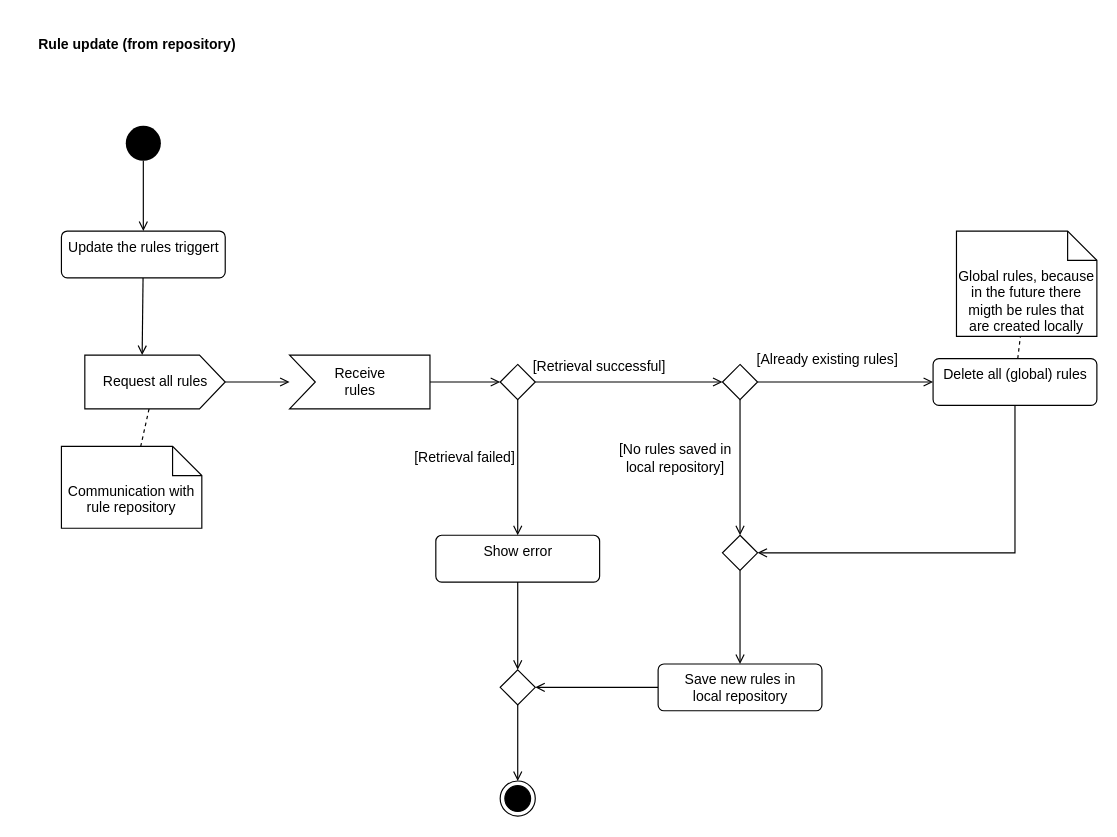
frozzenshooter/LoRaParkAppDocumentation keeps this draw.io diagram as ActivityDiagrams/ruleUpdate.drawio. Above is the earlier version. Source tidied: cells renumbered, new cells numbered last; positions are measured from the earlier drawing's top-left corner, leaving out a move shared by most shapes. Both pictures are drawn from the tidied source at 117%, with x=0, y=0 at pixel (20, 20).
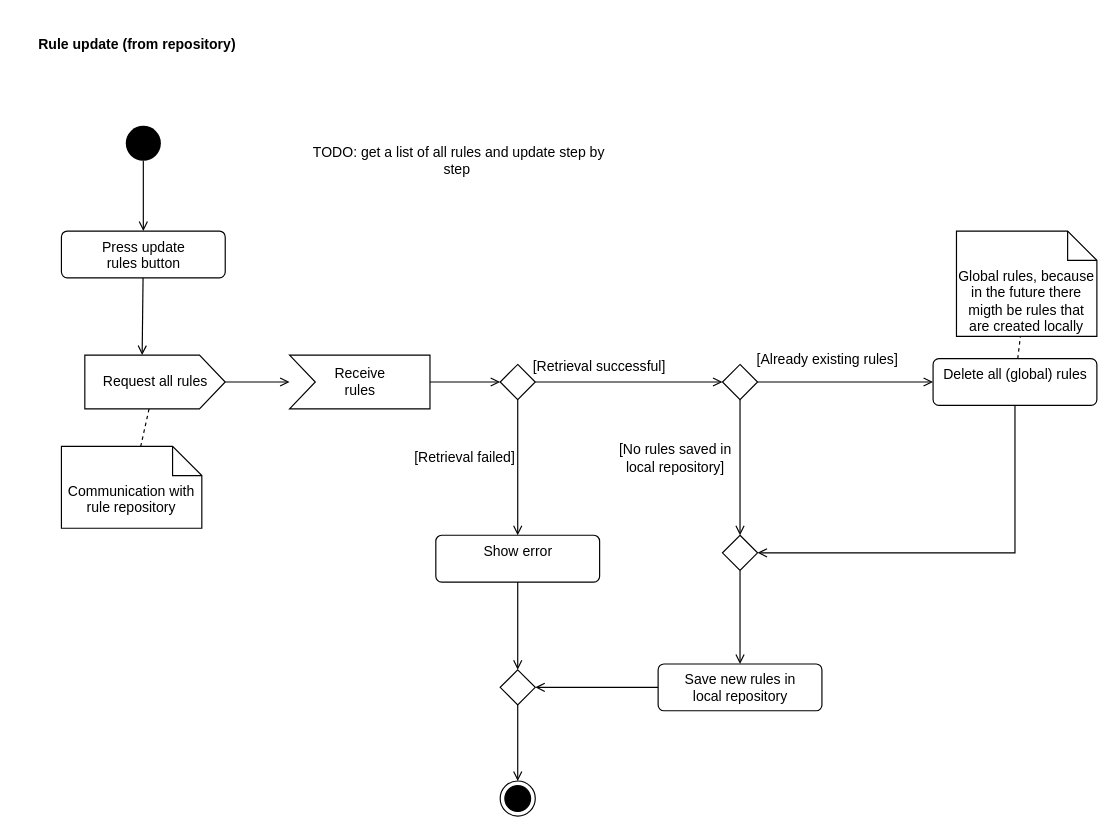
The same page after the edit.

What changed in the source:
```diff
@@
-    <mxCell id="6" value="Update the rules triggert" style="html=1;align=center;verticalAlign=top;rounded=1;absoluteArcSize=1;arcSize=10;dashed=0;" parent="1" vertex="1">
+    <mxCell id="6" value="Press update&lt;br&gt;rules button" style="html=1;align=center;verticalAlign=top;rounded=1;absoluteArcSize=1;arcSize=10;dashed=0;" parent="1" vertex="1">
       <mxGeometry x="35" y="180" width="140" height="40" as="geometry" />
     </mxCell>
@@
+    <mxCell id="36" value="TODO: get a list of all rules and update step by step&amp;nbsp;" style="text;html=1;strokeColor=none;fillColor=none;align=center;verticalAlign=middle;whiteSpace=wrap;rounded=0;" parent="1" vertex="1">
+      <mxGeometry x="240" y="90" width="270" height="60" as="geometry" />
+    </mxCell>
```
